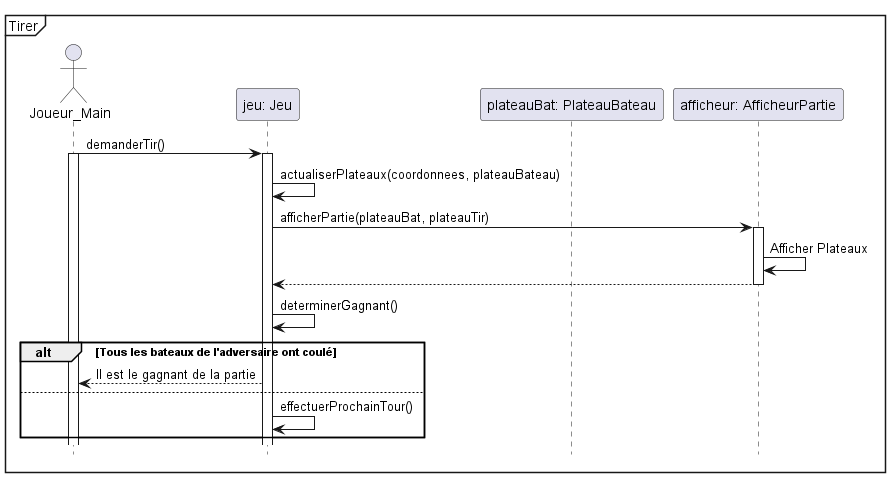
This is diagrammes_conception/images_diagrammes/tirer.png from Patroklos99/5153_TP2-Battleship-AI-Pattern-Conception_Engineering2, a PlantUML export, as it was before one commit. Its diagram source:
```plantuml
@startuml
hide footbox
mainframe Tirer

actor Joueur_Main as joueur
participant "jeu: Jeu" as Jeu
participant "plateauBat: PlateauBateau" as platBat
participant "afficheur: AfficheurPartie" as AfficheurPartie



joueur -> Jeu : demanderTir()
activate joueur
activate Jeu
Jeu -> Jeu : actualiserPlateaux(coordonnees, plateauBateau)
Jeu -> AfficheurPartie: afficherPartie(plateauBat, plateauTir)
activate AfficheurPartie
AfficheurPartie -> AfficheurPartie: Afficher Plateaux
AfficheurPartie --> Jeu
deactivate AfficheurPartie
Jeu -> Jeu: determinerGagnant()
alt Tous les bateaux de l'adversaire ont coulé
Jeu --> joueur: Il est le gagnant de la partie
else
Jeu -> Jeu: effectuerProchainTour()

end

@enduml
```
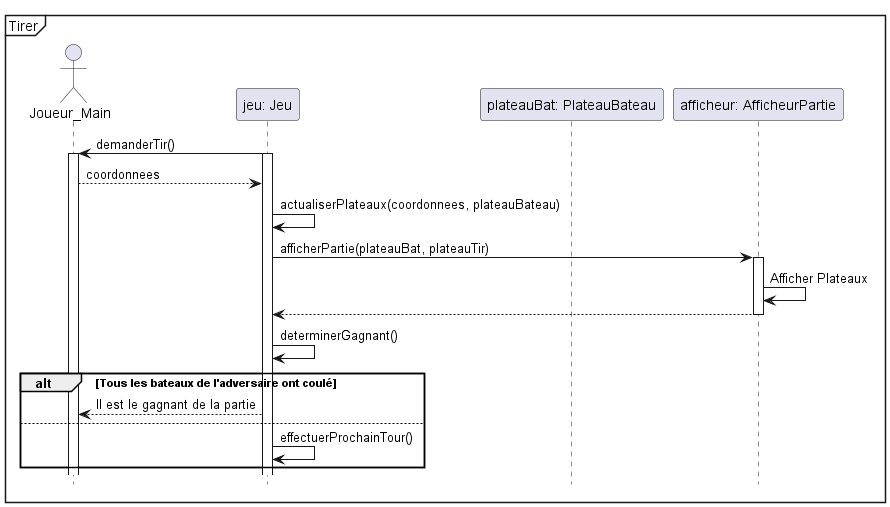
After the change.

Commit message:
changement de l'image pour tirer

What changed in the source:
```diff
@@ -9,9 +9,10 @@
 
 
 
-joueur -> Jeu : demanderTir()
+Jeu -> joueur : demanderTir()
 activate joueur
 activate Jeu
+joueur --> Jeu : coordonnees
 Jeu -> Jeu : actualiserPlateaux(coordonnees, plateauBateau)
 Jeu -> AfficheurPartie: afficherPartie(plateauBat, plateauTir)
 activate AfficheurPartie
```
